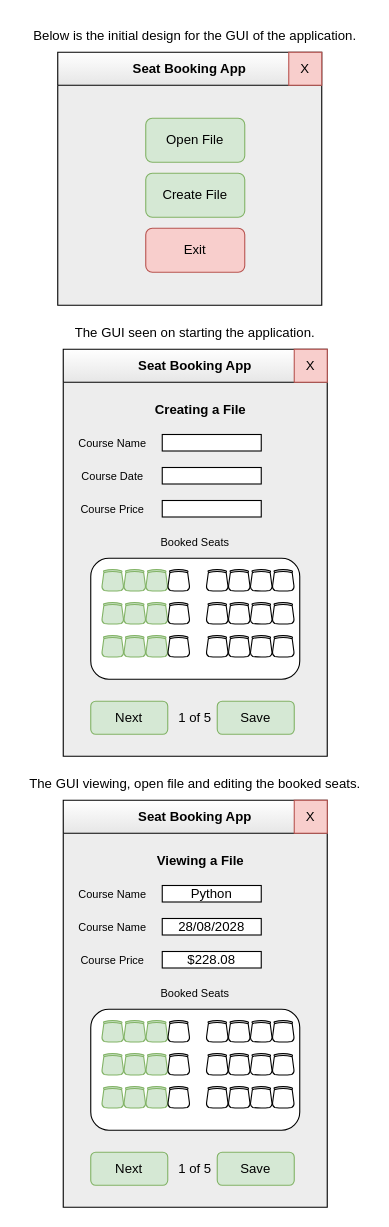
AlenKrga/CourseBookingDFD keeps this draw.io diagram as GUI Mockup.drawio. Above is the earlier version. Source tidied: cells renumbered, new cells numbered last; positions are measured from the earlier drawing's top-left corner, leaving out a move shared by most shapes. Both pictures are drawn from the tidied source at 110%, with x=0, y=0 at pixel (19, 19).
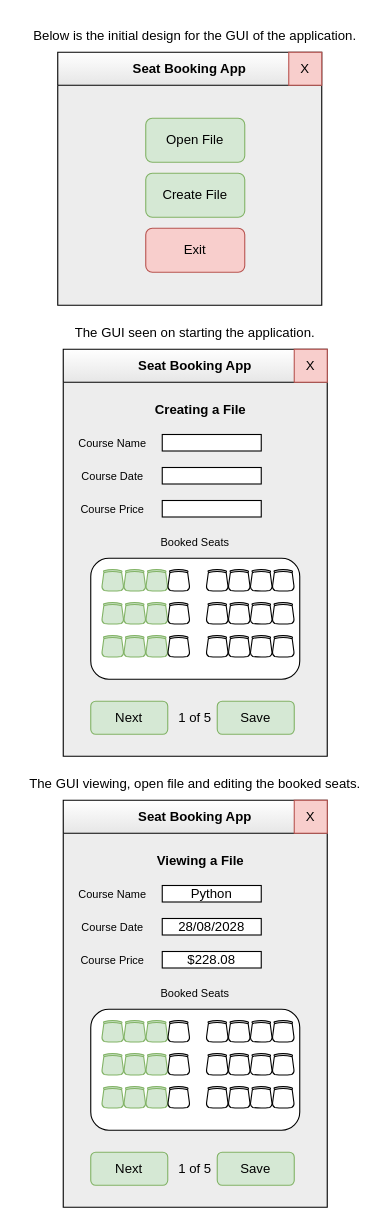
Above is the later version.

The change refers to these unchanged cells:
```xml
<mxCell id="47" value="Seat Booking App" style="swimlane;whiteSpace=wrap;html=1;startSize=30;gradientColor=#E6E6E6;fillColor=default;swimlaneFillColor=#EDEDED;gradientDirection=south;" parent="1" vertex="1">
  <mxGeometry x="40" y="710" width="240" height="370" as="geometry" />
</mxCell>
```

The edit, as a diff of the source:
```diff
@@
-    <mxCell id="51" value="&lt;font style=&quot;font-size: 10px;&quot;&gt;Course Name&lt;/font&gt;" style="text;html=1;strokeColor=none;fillColor=none;align=center;verticalAlign=middle;whiteSpace=wrap;rounded=0;" parent="47" vertex="1">
+    <mxCell id="51" value="&lt;font style=&quot;font-size: 10px;&quot;&gt;Course Date&lt;/font&gt;" style="text;html=1;strokeColor=none;fillColor=none;align=center;verticalAlign=middle;whiteSpace=wrap;rounded=0;" parent="47" vertex="1">
       <mxGeometry y="100" width="90" height="30" as="geometry" />
     </mxCell>
```
